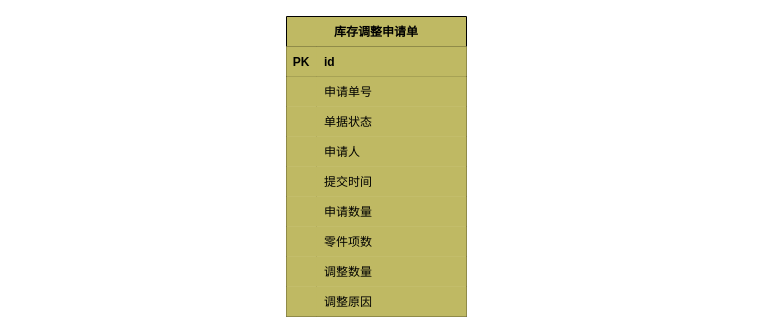
The draw.io diagram page "库存调整申请单-聚合根" (3 of 4) of 库存调整申请单.drawio in 1132489442/gitRepository1, before the edit. Source tidied: cells renumbered, new cells numbered last; positions are measured from the earlier drawing's top-left corner, leaving out a move shared by most shapes. Both pictures are drawn from the tidied source at 100%, with x=0, y=0 at pixel (286, 16).
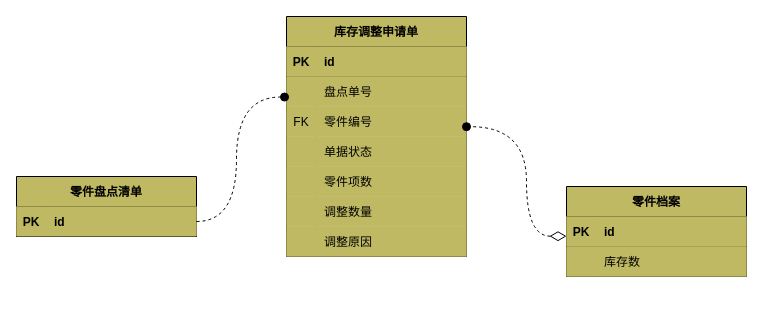
After the change.

The change refers to these unchanged cells:
```xml
<mxCell id="6" style="shape=tableRow;horizontal=0;startSize=0;swimlaneHead=0;swimlaneBody=0;fillColor=#BFB963;points=[[0,0.5],[1,0.5]];portConstraint=eastwest;top=0;left=0;right=0;bottom=0;" parent="2" vertex="1">
  <mxGeometry y="60" width="180" height="30" as="geometry" />
</mxCell>
```

Diff of the diagram source:
```diff
@@
     <mxCell id="2" value="库存调整申请单" style="shape=table;startSize=30;childLayout=tableLayout;rowLines=0;fontStyle=1;align=center;fillColor=#BFB963;" parent="1" vertex="1">
-      <mxGeometry width="180" height="300" as="geometry" />
+      <mxGeometry width="180" height="240" as="geometry" />
     </mxCell>
@@
-    <mxCell id="8" value="申请单号" style="shape=partialRectangle;fillColor=#BFB963;top=0;left=0;bottom=0;right=0;align=left;spacingLeft=6;overflow=hidden;" parent="6" vertex="1">
+    <mxCell id="8" value="盘点单号" style="shape=partialRectangle;fillColor=#BFB963;top=0;left=0;bottom=0;right=0;align=left;spacingLeft=6;overflow=hidden;" parent="6" vertex="1">
       <mxGeometry x="30" width="150" height="30" as="geometry" />
     </mxCell>
+    <mxCell id="30" style="shape=tableRow;horizontal=0;startSize=0;swimlaneHead=0;swimlaneBody=0;fillColor=#BFB963;top=0;left=0;right=0;bottom=0;" parent="2" vertex="1">
+      <mxGeometry y="90" width="180" height="30" as="geometry" />
+    </mxCell>
+    <mxCell id="31" value="FK" style="shape=partialRectangle;fillColor=#BFB963;top=0;left=0;bottom=0;right=0;overflow=hidden;" parent="30" vertex="1">
+      <mxGeometry width="30" height="30" as="geometry" />
+    </mxCell>
+    <mxCell id="32" value="零件编号" style="shape=partialRectangle;fillColor=#BFB963;top=0;left=0;bottom=0;right=0;align=left;spacingLeft=6;overflow=hidden;" parent="30" vertex="1">
+      <mxGeometry x="30" width="150" height="30" as="geometry" />
+    </mxCell>
     <mxCell id="9" style="shape=tableRow;horizontal=0;startSize=0;swimlaneHead=0;swimlaneBody=0;fillColor=#BFB963;top=0;left=0;right=0;bottom=0;" parent="2" vertex="1">
-      <mxGeometry y="90" width="180" height="30" as="geometry" />
+      <mxGeometry y="120" width="180" height="30" as="geometry" />
     </mxCell>
@@
-    <mxCell id="12" style="shape=tableRow;horizontal=0;startSize=0;swimlaneHead=0;swimlaneBody=0;fillColor=#BFB963;top=0;left=0;right=0;bottom=0;" parent="2" vertex="1">
-      <mxGeometry y="120" width="180" height="30" as="geometry" />
-    </mxCell>
-    <mxCell id="13" style="shape=partialRectangle;fillColor=#BFB963;top=0;left=0;bottom=0;right=0;overflow=hidden;" parent="12" vertex="1">
-      <mxGeometry width="30" height="30" as="geometry" />
-    </mxCell>
-    <mxCell id="14" value="申请人" style="shape=partialRectangle;fillColor=#BFB963;top=0;left=0;bottom=0;right=0;align=left;spacingLeft=6;overflow=hidden;" parent="12" vertex="1">
-      <mxGeometry x="30" width="150" height="30" as="geometry" />
-    </mxCell>
-    <mxCell id="15" style="shape=tableRow;horizontal=0;startSize=0;swimlaneHead=0;swimlaneBody=0;fillColor=#BFB963;top=0;left=0;right=0;bottom=0;" parent="2" vertex="1">
-      <mxGeometry y="150" width="180" height="30" as="geometry" />
-    </mxCell>
-    <mxCell id="16" style="shape=partialRectangle;fillColor=#BFB963;top=0;left=0;bottom=0;right=0;overflow=hidden;" parent="15" vertex="1">
-      <mxGeometry width="30" height="30" as="geometry" />
-    </mxCell>
-    <mxCell id="17" value="提交时间" style="shape=partialRectangle;fillColor=#BFB963;top=0;left=0;bottom=0;right=0;align=left;spacingLeft=6;overflow=hidden;" parent="15" vertex="1">
-      <mxGeometry x="30" width="150" height="30" as="geometry" />
-    </mxCell>
-    <mxCell id="18" style="shape=tableRow;horizontal=0;startSize=0;swimlaneHead=0;swimlaneBody=0;fillColor=#BFB963;top=0;left=0;right=0;bottom=0;" parent="2" vertex="1">
-      <mxGeometry y="180" width="180" height="30" as="geometry" />
-    </mxCell>
-    <mxCell id="19" style="shape=partialRectangle;fillColor=#BFB963;top=0;left=0;bottom=0;right=0;overflow=hidden;" parent="18" vertex="1">
-      <mxGeometry width="30" height="30" as="geometry" />
-    </mxCell>
-    <mxCell id="20" value="申请数量" style="shape=partialRectangle;fillColor=#BFB963;top=0;left=0;bottom=0;right=0;align=left;spacingLeft=6;overflow=hidden;" parent="18" vertex="1">
-      <mxGeometry x="30" width="150" height="30" as="geometry" />
-    </mxCell>
     <mxCell id="21" style="shape=tableRow;horizontal=0;startSize=0;swimlaneHead=0;swimlaneBody=0;fillColor=#BFB963;top=0;left=0;right=0;bottom=0;" parent="2" vertex="1">
-      <mxGeometry y="210" width="180" height="30" as="geometry" />
+      <mxGeometry y="150" width="180" height="30" as="geometry" />
     </mxCell>
@@
     <mxCell id="24" style="shape=tableRow;horizontal=0;startSize=0;swimlaneHead=0;swimlaneBody=0;fillColor=#BFB963;top=0;left=0;right=0;bottom=0;" parent="2" vertex="1">
-      <mxGeometry y="240" width="180" height="30" as="geometry" />
+      <mxGeometry y="180" width="180" height="30" as="geometry" />
     </mxCell>
@@
     <mxCell id="27" style="shape=tableRow;horizontal=0;startSize=0;swimlaneHead=0;swimlaneBody=0;fillColor=#BFB963;top=0;left=0;right=0;bottom=0;" parent="2" vertex="1">
-      <mxGeometry y="270" width="180" height="30" as="geometry" />
+      <mxGeometry y="210" width="180" height="30" as="geometry" />
     </mxCell>
@@
+    <mxCell id="33" value="零件档案" style="shape=table;startSize=30;childLayout=tableLayout;rowLines=0;fontStyle=1;align=center;fillColor=#BFB963;" parent="1" vertex="1">
+      <mxGeometry x="280" y="170" width="180" height="90" as="geometry" />
+    </mxCell>
+    <mxCell id="34" style="shape=tableRow;horizontal=0;startSize=0;swimlaneHead=0;swimlaneBody=0;fillColor=#BFB963;points=[[0,0.5],[1,0.5]];portConstraint=eastwest;top=0;left=0;right=0;bottom=1;" parent="33" vertex="1">
+      <mxGeometry y="30" width="180" height="30" as="geometry" />
+    </mxCell>
+    <mxCell id="35" value="PK" style="shape=partialRectangle;fillColor=#BFB963;top=0;left=0;bottom=0;right=0;fontStyle=1;overflow=hidden;" parent="34" vertex="1">
+      <mxGeometry width="30" height="30" as="geometry" />
+    </mxCell>
+    <mxCell id="36" value="id" style="shape=partialRectangle;fillColor=#BFB963;top=0;left=0;bottom=0;right=0;align=left;spacingLeft=6;fontStyle=1;overflow=hidden;" parent="34" vertex="1">
+      <mxGeometry x="30" width="150" height="30" as="geometry" />
+    </mxCell>
+    <mxCell id="37" style="shape=tableRow;horizontal=0;startSize=0;swimlaneHead=0;swimlaneBody=0;fillColor=#BFB963;top=0;left=0;right=0;bottom=0;" parent="33" vertex="1">
+      <mxGeometry y="60" width="180" height="30" as="geometry" />
+    </mxCell>
+    <mxCell id="38" style="shape=partialRectangle;fillColor=#BFB963;top=0;left=0;bottom=0;right=0;overflow=hidden;" parent="37" vertex="1">
+      <mxGeometry width="30" height="30" as="geometry" />
+    </mxCell>
+    <mxCell id="39" value="库存数" style="shape=partialRectangle;fillColor=#BFB963;top=0;left=0;bottom=0;right=0;align=left;spacingLeft=6;overflow=hidden;" parent="37" vertex="1">
+      <mxGeometry x="30" width="150" height="30" as="geometry" />
+    </mxCell>
+    <mxCell id="40" value="零件盘点清单" style="shape=table;startSize=30;childLayout=tableLayout;rowLines=0;fontStyle=1;align=center;fillColor=#BFB963;" parent="1" vertex="1">
+      <mxGeometry x="-270" y="160" width="180" height="60" as="geometry" />
+    </mxCell>
+    <mxCell id="41" style="shape=tableRow;horizontal=0;startSize=0;swimlaneHead=0;swimlaneBody=0;fillColor=#BFB963;points=[[0,0.5],[1,0.5]];portConstraint=eastwest;top=0;left=0;right=0;bottom=1;" parent="40" vertex="1">
+      <mxGeometry y="30" width="180" height="30" as="geometry" />
+    </mxCell>
+    <mxCell id="42" value="PK" style="shape=partialRectangle;fillColor=#BFB963;top=0;left=0;bottom=0;right=0;fontStyle=1;overflow=hidden;" parent="41" vertex="1">
+      <mxGeometry width="30" height="30" as="geometry" />
+    </mxCell>
+    <mxCell id="43" value="id" style="shape=partialRectangle;fillColor=#BFB963;top=0;left=0;bottom=0;right=0;align=left;spacingLeft=6;fontStyle=1;overflow=hidden;" parent="41" vertex="1">
+      <mxGeometry x="30" width="150" height="30" as="geometry" />
+    </mxCell>
+    <mxCell id="44" style="endArrow=oval;html=1;endSize=8;startArrow=diamondThin;startSize=14;startFill=0;rounded=0;dashed=1;endFill=1;edgeStyle=orthogonalEdgeStyle;curved=1;exitX=0;exitY=0.657;exitDx=0;exitDy=0;exitPerimeter=0;" parent="1" edge="1" source="34">
+      <mxGeometry relative="1" as="geometry">
+        <mxPoint x="180" y="110.2" as="targetPoint" />
+        <Array as="points">
+          <mxPoint x="240" y="220" />
+          <mxPoint x="240" y="110" />
+        </Array>
+      </mxGeometry>
+    </mxCell>
+    <mxCell id="45" style="endArrow=oval;html=1;endSize=8;startArrow=none;startSize=14;startFill=0;rounded=0;dashed=1;endFill=1;edgeStyle=orthogonalEdgeStyle;curved=1;entryX=-0.011;entryY=0.684;entryDx=0;entryDy=0;entryPerimeter=0;exitX=1;exitY=0.5;exitDx=0;exitDy=0;" parent="1" edge="1" source="41" target="6">
+      <mxGeometry relative="1" as="geometry">
+        <Array as="points">
+          <mxPoint x="-50" y="205" />
+          <mxPoint x="-50" y="80" />
+        </Array>
+      </mxGeometry>
+    </mxCell>
```
